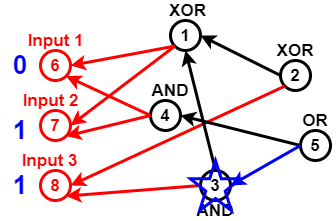
Above: Untitled Diagram.png in sara1024/-CCF201412-2-Z- (draw.io), before the change. Source tidied: cells renumbered, new cells last; positions are measured from the earlier drawing's top-left corner, leaving out a move shared by most shapes.
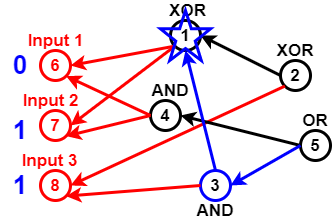
The same file after the commit.

Diff of the diagram source:
```diff
@@ -29,7 +29,7 @@
     <mxCell id="10" style="endArrow=classic;html=1;strokeColor=#FF0000;strokeWidth=3;fontSize=17;fontColor=#000000;entryX=1;entryY=1;entryDx=0;entryDy=0;exitX=0;exitY=0.5;exitDx=0;exitDy=0;" parent="1" edge="1" source="8" target="2">
       <mxGeometry relative="1" as="geometry" />
     </mxCell>
-    <mxCell id="11" value="3" style="ellipse;whiteSpace=wrap;html=1;strokeColor=#000000;strokeWidth=3;fillColor=none;fontSize=17;fontColor=#000000;fontStyle=1;" parent="1" vertex="1">
+    <mxCell id="11" value="3" style="ellipse;whiteSpace=wrap;html=1;strokeWidth=3;fillColor=none;fontSize=17;fontColor=#000000;fontStyle=1;strokeColor=#0000FF;" parent="1" vertex="1">
       <mxGeometry x="200" y="170" width="30" height="30" as="geometry" />
     </mxCell>
     <mxCell id="12" style="endArrow=classic;html=1;strokeColor=#FF0000;strokeWidth=3;fontSize=17;fontColor=#000000;entryX=1;entryY=1;entryDx=0;entryDy=0;exitX=0;exitY=0.5;exitDx=0;exitDy=0;" parent="1" edge="1" source="11" target="4">
@@ -50,7 +50,7 @@
     <mxCell id="17" style="endArrow=classic;html=1;strokeWidth=3;fontSize=17;fontColor=#000000;entryX=1;entryY=0.5;entryDx=0;entryDy=0;exitX=0;exitY=0.5;exitDx=0;exitDy=0;strokeColor=#0000FF;" parent="1" edge="1" source="15" target="11">
       <mxGeometry relative="1" as="geometry" />
     </mxCell>
-    <mxCell id="18" style="endArrow=classic;html=1;strokeColor=#000000;strokeWidth=3;fontSize=17;fontColor=#000000;entryX=0.5;entryY=1;entryDx=0;entryDy=0;exitX=0.5;exitY=0;exitDx=0;exitDy=0;" parent="1" edge="1" source="11" target="5">
+    <mxCell id="18" style="endArrow=classic;html=1;strokeWidth=3;fontSize=17;fontColor=#000000;entryX=0.5;entryY=1;entryDx=0;entryDy=0;exitX=0.5;exitY=0;exitDx=0;exitDy=0;strokeColor=#0000FF;" parent="1" edge="1" source="11" target="5">
       <mxGeometry relative="1" as="geometry" />
     </mxCell>
     <mxCell id="19" style="endArrow=classic;html=1;strokeWidth=3;fontSize=17;entryX=1;entryY=0.5;entryDx=0;entryDy=0;exitX=0;exitY=0.5;exitDx=0;exitDy=0;" parent="1" edge="1" source="13" target="5">
@@ -90,7 +90,7 @@
       <mxGeometry y="175" width="40" height="20" as="geometry" />
     </mxCell>
     <mxCell id="31" style="verticalLabelPosition=bottom;verticalAlign=top;html=1;shape=mxgraph.basic.star;strokeWidth=3;fillColor=none;gradientColor=none;fontSize=26;fontColor=#0000CC;strokeColor=#0000FF;" parent="1" vertex="1">
-      <mxGeometry x="190" y="160" width="50" height="50" as="geometry" />
+      <mxGeometry x="160" y="10" width="50" height="50" as="geometry" />
     </mxCell>
   </root>
 </mxGraphModel>
```
